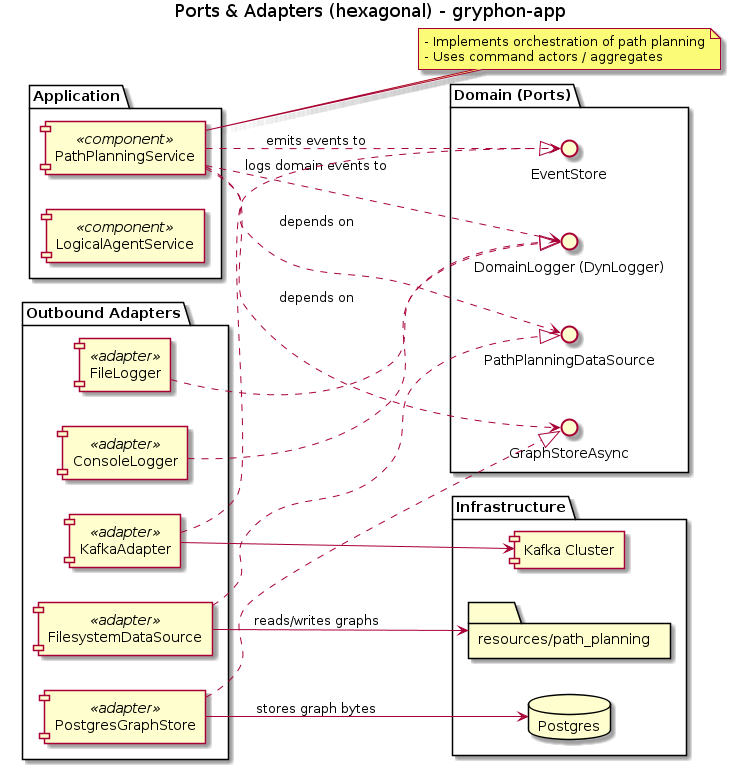
Earlier version of the PlantUML export docs/diagrams/ports_adapters.png (eikeschumann971/gryphon-app). Its source is kept beside it as docs/diagrams/ports_adapters.puml. Its diagram source:
```plantuml
@startuml
title Ports & Adapters (hexagonal) - gryphon-app
left to right direction
skinparam componentStyle rectangle

package "Application" {
  [PathPlanningService] <<component>>
  [LogicalAgentService] <<component>>
}

package "Domain (Ports)" {
  interface "GraphStoreAsync" as GraphStorePort
  interface "PathPlanningDataSource" as DataSourcePort
  interface "EventStore" as EventStorePort
  interface "DomainLogger (DynLogger)" as LoggerPort
}

package "Outbound Adapters" {
  component "FilesystemDataSource" as FS <<adapter>>
  component "PostgresGraphStore" as PG <<adapter>>
  component "KafkaAdapter" as KAFKA <<adapter>>
  component "FileLogger" as FILELOG <<adapter>>
  component "ConsoleLogger" as CONSLOG <<adapter>>
}

package "Infrastructure" {
  database "Postgres" as DB
  [Kafka Cluster]
  folder "resources/path_planning" as ASSETS
}

PathPlanningService ..> GraphStorePort : depends on
PathPlanningService ..> DataSourcePort : depends on
PathPlanningService ..> EventStorePort : emits events to
PathPlanningService ..> LoggerPort : logs domain events to

FS ..|> DataSourcePort
PG ..|> GraphStorePort
KAFKA ..|> EventStorePort
FILELOG ..|> LoggerPort
CONSLOG ..|> LoggerPort

PG --> DB : stores graph bytes
FS --> ASSETS : reads/writes graphs
KAFKA --> [Kafka Cluster]

note right of PathPlanningService
  - Implements orchestration of path planning
  - Uses command actors / aggregates
end note

@enduml
```
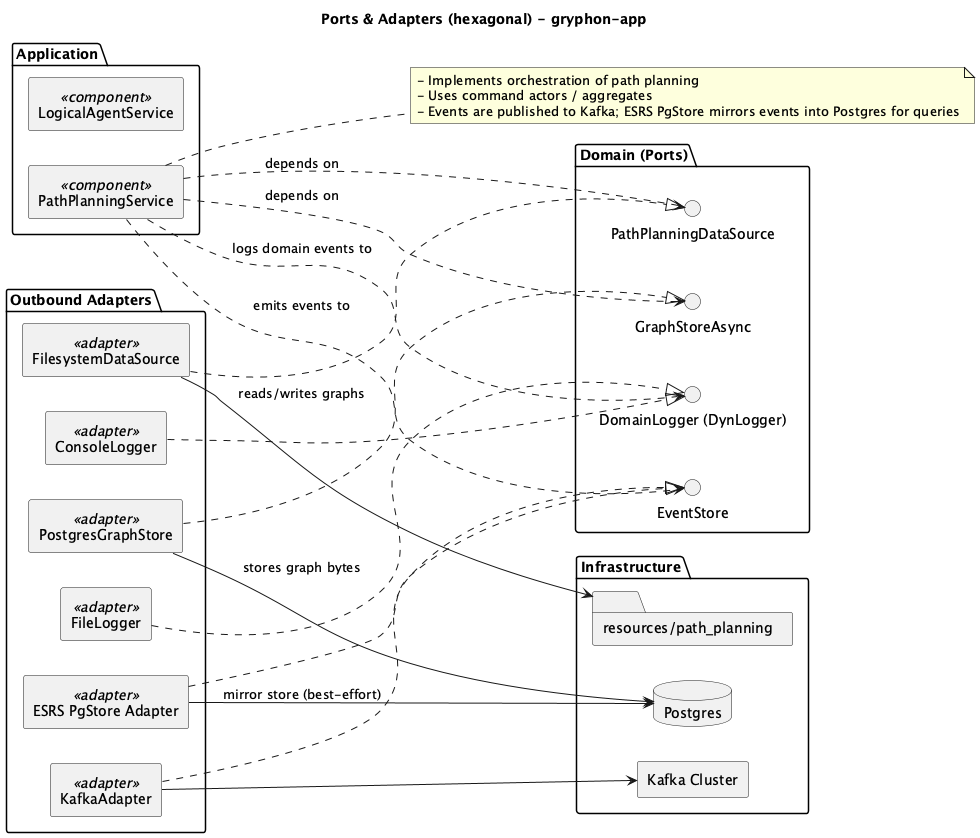
After the commit.

What changed in the source:
```diff
@@ -19,6 +19,7 @@
   component "FilesystemDataSource" as FS <<adapter>>
   component "PostgresGraphStore" as PG <<adapter>>
   component "KafkaAdapter" as KAFKA <<adapter>>
+    component "ESRS PgStore Adapter" as ESRS <<adapter>>
   component "FileLogger" as FILELOG <<adapter>>
   component "ConsoleLogger" as CONSLOG <<adapter>>
 }
@@ -37,16 +38,19 @@
 FS ..|> DataSourcePort
 PG ..|> GraphStorePort
 KAFKA ..|> EventStorePort
+ESRS ..|> EventStorePort
 FILELOG ..|> LoggerPort
 CONSLOG ..|> LoggerPort
 
 PG --> DB : stores graph bytes
 FS --> ASSETS : reads/writes graphs
 KAFKA --> [Kafka Cluster]
+ESRS --> DB : mirror store (best-effort)
 
 note right of PathPlanningService
   - Implements orchestration of path planning
   - Uses command actors / aggregates
+  - Events are published to Kafka; ESRS PgStore mirrors events into Postgres for queries
 end note
 
 @enduml
```
